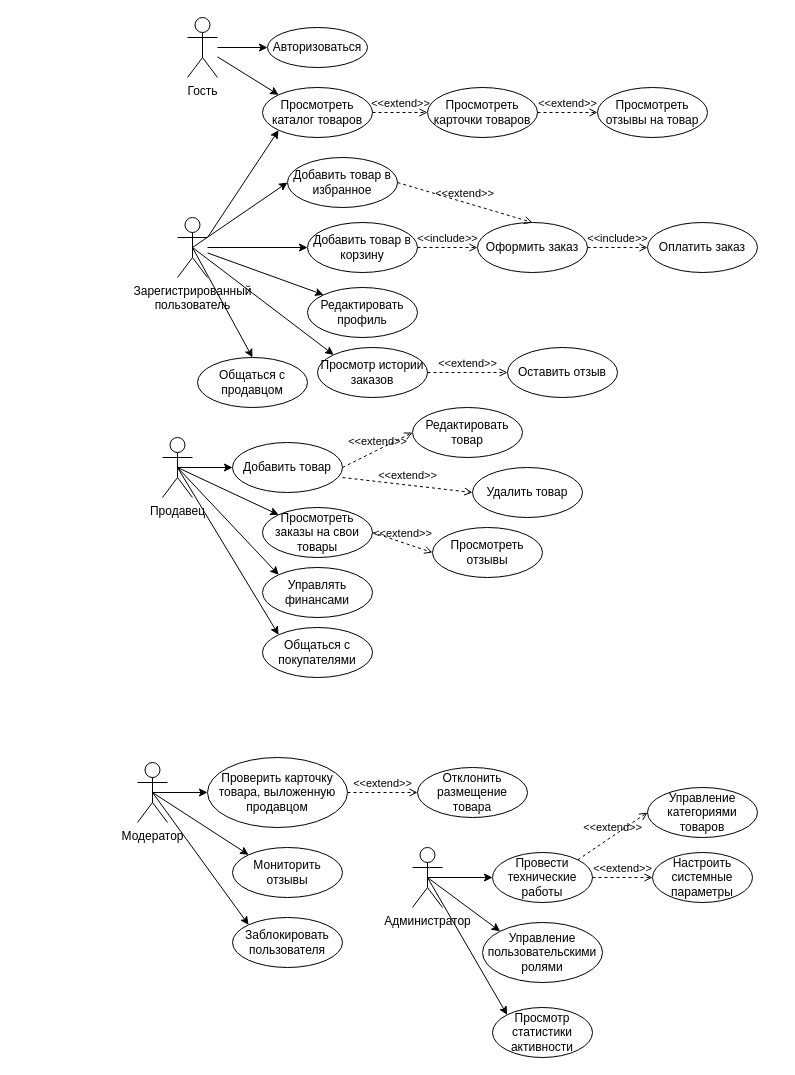
The draw.io diagram ПИС_2.drawio in mopsin666/AKMS, before the edit. Source tidied: cells renumbered, new cells numbered last; positions are measured from the earlier drawing's top-left corner, leaving out a move shared by most shapes. Both pictures are drawn from the tidied source at 100%, with x=0, y=0 at pixel (137, 17).
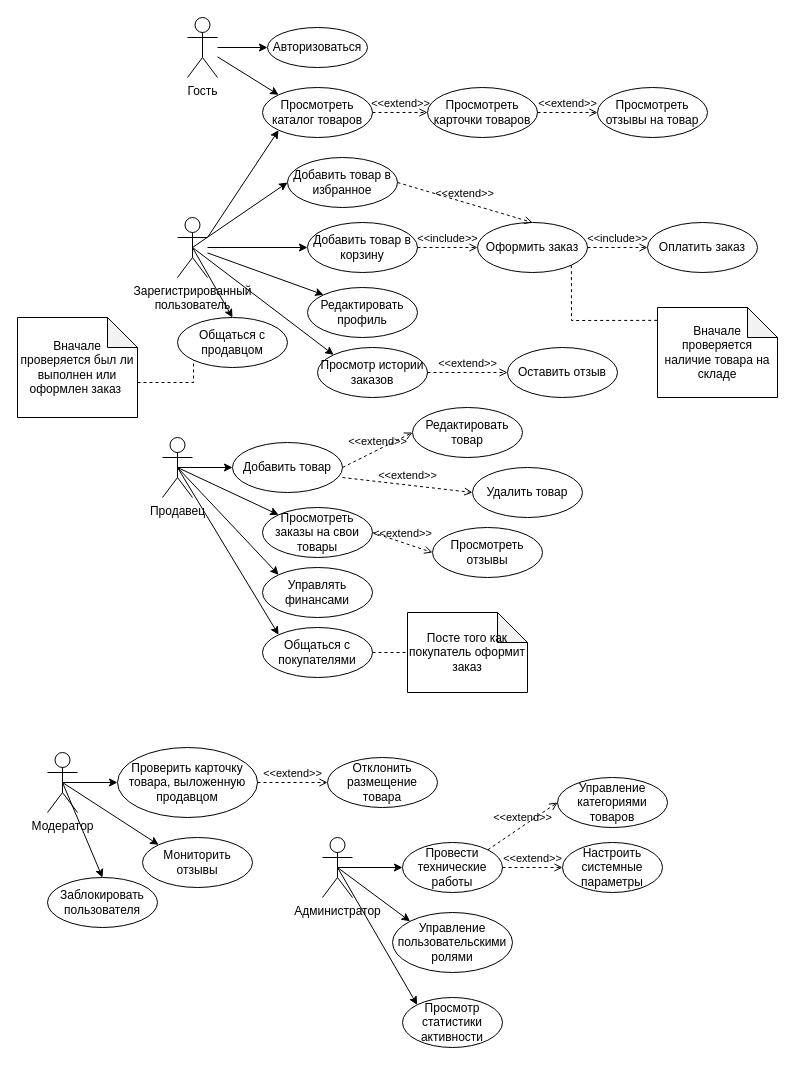
Above is the later version.

The change refers to these unchanged cells:
```xml
<mxCell id="14" value="Оформить заказ" style="ellipse;whiteSpace=wrap;html=1;" parent="1" vertex="1">
  <mxGeometry x="340" y="205" width="110" height="50" as="geometry" />
</mxCell>
<mxCell id="35" value="Общаться с покупателями" style="ellipse;whiteSpace=wrap;html=1;" parent="1" vertex="1">
  <mxGeometry x="125" y="610" width="110" height="50" as="geometry" />
</mxCell>
```

Change to the diagram source:
```diff
@@
     <mxCell id="37" value="Общаться с продавцом" style="ellipse;whiteSpace=wrap;html=1;" parent="1" vertex="1">
-      <mxGeometry x="60" y="340" width="110" height="50" as="geometry" />
+      <mxGeometry x="40" y="300" width="110" height="50" as="geometry" />
     </mxCell>
@@
     <mxCell id="39" value="Модератор" style="shape=umlActor;verticalLabelPosition=bottom;verticalAlign=top;html=1;outlineConnect=0;" parent="1" vertex="1">
-      <mxGeometry y="745" width="30" height="60" as="geometry" />
+      <mxGeometry x="-90" y="735" width="30" height="60" as="geometry" />
     </mxCell>
     <mxCell id="40" value="Проверить карточку товара, выложенную продавцом" style="ellipse;whiteSpace=wrap;html=1;" parent="1" vertex="1">
-      <mxGeometry x="70" y="740" width="140" height="70" as="geometry" />
+      <mxGeometry x="-20" y="730" width="140" height="70" as="geometry" />
     </mxCell>
@@
     <mxCell id="42" value="Мониторить отзывы" style="ellipse;whiteSpace=wrap;html=1;" parent="1" vertex="1">
-      <mxGeometry x="95" y="830" width="110" height="50" as="geometry" />
+      <mxGeometry x="5" y="820" width="110" height="50" as="geometry" />
     </mxCell>
@@
     <mxCell id="50" value="Заблокировать пользователя" style="ellipse;whiteSpace=wrap;html=1;" parent="1" vertex="1">
-      <mxGeometry x="95" y="900" width="110" height="50" as="geometry" />
+      <mxGeometry x="-90" y="860" width="110" height="50" as="geometry" />
     </mxCell>
-    <mxCell id="51" style="endArrow=classic;html=1;rounded=0;exitX=0.5;exitY=0.5;exitDx=0;exitDy=0;exitPerimeter=0;entryX=0;entryY=0;entryDx=0;entryDy=0;" parent="1" edge="1" source="39" target="50">
+    <mxCell id="51" style="endArrow=classic;html=1;rounded=0;exitX=0.5;exitY=0.5;exitDx=0;exitDy=0;exitPerimeter=0;entryX=0.5;entryY=0;entryDx=0;entryDy=0;" parent="1" edge="1" source="39" target="50">
       <mxGeometry relative="1" as="geometry" />
     </mxCell>
     <mxCell id="52" value="Отклонить размещение товара" style="ellipse;whiteSpace=wrap;html=1;" parent="1" vertex="1">
-      <mxGeometry x="280" y="750" width="110" height="50" as="geometry" />
+      <mxGeometry x="190" y="740" width="110" height="50" as="geometry" />
     </mxCell>
@@
     <mxCell id="54" value="Администратор" style="shape=umlActor;verticalLabelPosition=bottom;verticalAlign=top;html=1;outlineConnect=0;" parent="1" vertex="1">
-      <mxGeometry x="275" y="830" width="30" height="60" as="geometry" />
+      <mxGeometry x="185" y="820" width="30" height="60" as="geometry" />
     </mxCell>
     <mxCell id="55" value="Провести технические работы" style="ellipse;whiteSpace=wrap;html=1;" parent="1" vertex="1">
-      <mxGeometry x="355" y="835" width="100" height="50" as="geometry" />
+      <mxGeometry x="265" y="825" width="100" height="50" as="geometry" />
     </mxCell>
@@
     <mxCell id="57" value="Управление пользовательскими ролями" style="ellipse;whiteSpace=wrap;html=1;" parent="1" vertex="1">
-      <mxGeometry x="345" y="905" width="120" height="60" as="geometry" />
+      <mxGeometry x="255" y="895" width="120" height="60" as="geometry" />
     </mxCell>
@@
     <mxCell id="59" value="Настроить системные параметры" style="ellipse;whiteSpace=wrap;html=1;" parent="1" vertex="1">
-      <mxGeometry x="515" y="835" width="100" height="50" as="geometry" />
+      <mxGeometry x="425" y="825" width="100" height="50" as="geometry" />
     </mxCell>
@@
     <mxCell id="61" value="Управление категориями товаров" style="ellipse;whiteSpace=wrap;html=1;" parent="1" vertex="1">
-      <mxGeometry x="510" y="770" width="110" height="50" as="geometry" />
+      <mxGeometry x="420" y="760" width="110" height="50" as="geometry" />
     </mxCell>
@@
     <mxCell id="63" value="Просмотр статистики активности" style="ellipse;whiteSpace=wrap;html=1;" parent="1" vertex="1">
-      <mxGeometry x="355" y="990" width="100" height="50" as="geometry" />
+      <mxGeometry x="265" y="980" width="100" height="50" as="geometry" />
     </mxCell>
@@
+    <mxCell id="65" value="Вначале проверяется наличие товара на складе" style="shape=note;whiteSpace=wrap;html=1;backgroundOutline=1;darkOpacity=0.05;" parent="1" vertex="1">
+      <mxGeometry x="520" y="290" width="120" height="90" as="geometry" />
+    </mxCell>
+    <mxCell id="66" style="endArrow=none;dashed=1;html=1;rounded=0;exitX=1;exitY=1;exitDx=0;exitDy=0;entryX=0;entryY=0.143;entryDx=0;entryDy=0;entryPerimeter=0;" parent="1" edge="1" source="14" target="65">
+      <mxGeometry relative="1" as="geometry">
+        <Array as="points">
+          <mxPoint x="434" y="303" />
+        </Array>
+      </mxGeometry>
+    </mxCell>
+    <mxCell id="67" value="Посте того как покупатель оформит заказ" style="shape=note;whiteSpace=wrap;html=1;backgroundOutline=1;darkOpacity=0.05;" parent="1" vertex="1">
+      <mxGeometry x="270" y="595" width="120" height="80" as="geometry" />
+    </mxCell>
+    <mxCell id="68" style="endArrow=none;dashed=1;html=1;rounded=0;exitX=1;exitY=0.5;exitDx=0;exitDy=0;entryX=0;entryY=0.5;entryDx=0;entryDy=0;entryPerimeter=0;" parent="1" edge="1" source="35" target="67">
+      <mxGeometry relative="1" as="geometry" />
+    </mxCell>
+    <mxCell id="69" value="Вначале проверяется был ли выполнен или оформлен заказ&amp;nbsp;" style="shape=note;whiteSpace=wrap;html=1;backgroundOutline=1;darkOpacity=0.05;" parent="1" vertex="1">
+      <mxGeometry x="-120" y="300" width="120" height="100" as="geometry" />
+    </mxCell>
+    <mxCell id="70" style="endArrow=none;dashed=1;html=1;rounded=0;entryX=0;entryY=1;entryDx=0;entryDy=0;exitX=0;exitY=0;exitDx=120;exitDy=65;exitPerimeter=0;" parent="1" edge="1" source="69" target="37">
+      <mxGeometry relative="1" as="geometry">
+        <Array as="points">
+          <mxPoint x="56" y="365" />
+        </Array>
+      </mxGeometry>
+    </mxCell>
```
